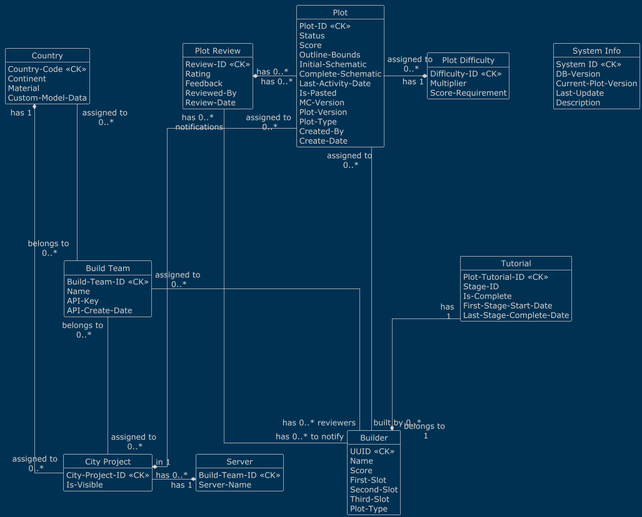
Above: conceptual-db.png in AlpsBTE/Plot-System-DB (PlantUML), before the change.
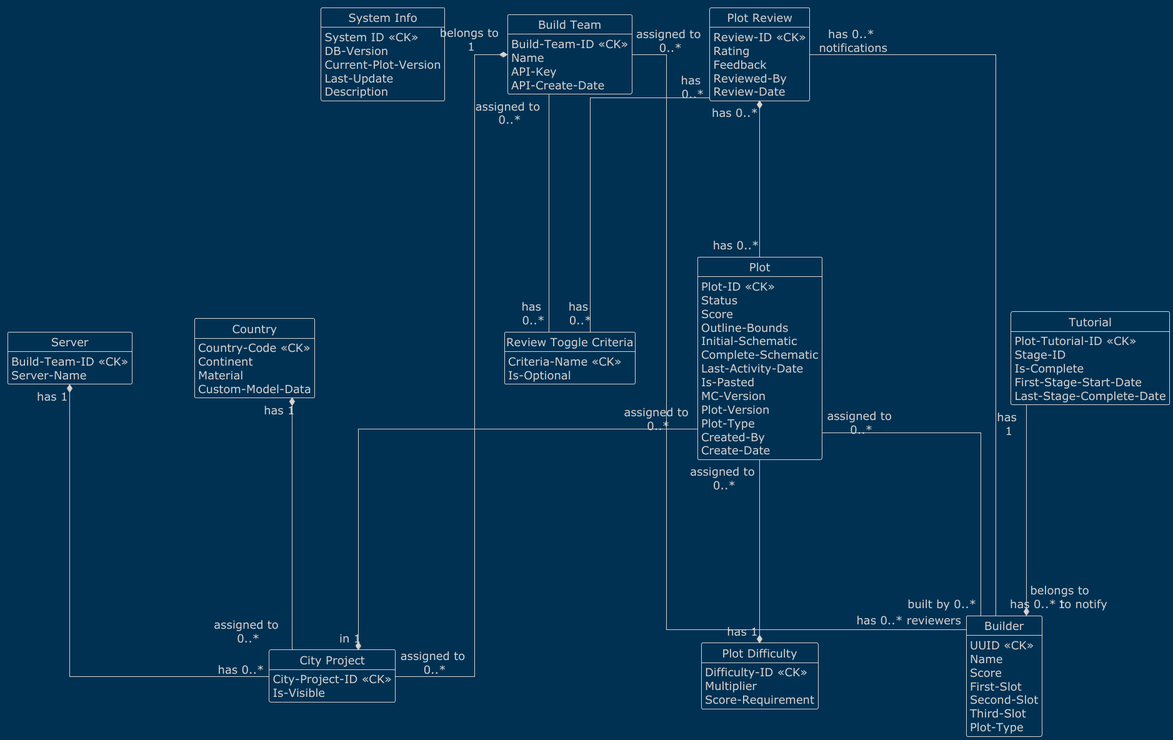
The same file after the commit.

Commit message:
add new review tables to schema

Change to the diagram source:
```diff
@@ -89,19 +89,26 @@
     Review-Date
 }
 
-build_team "belongs to \n0..*" -up- "assigned to \n0..*" country
-build_team "belongs to \n0..*" -- "assigned to \n0..*" city_project
+entity "Review Toggle Criteria" as review_toggle_criteria {
+    Criteria-Name <<CK>>
+    Is-Optional
+}
+
+build_team "belongs to \n1" *--- "assigned to \n0..*" city_project
 build_team "assigned to \n0..*" -- "has 0..* reviewers" builder
+build_team "assigned to \n0..*" -- "has \n0..*" review_toggle_criteria
+
 plot_review "has 0..*\n notifications" -- "has 0..* to notify" builder
-plot_review "has 0..*" *- "has 0..*" plot
+plot_review "has 0..*" *-- "has 0..*" plot
+plot_review "has \n0..*" -- "has \n0..*" review_toggle_criteria
 
-server "has 1" *--left- "has 0..*" city_project
+server "has 1" *-- "has 0..*" city_project
 country "has 1" *-- "assigned to \n0..*" city_project
 
 plot "assigned to\n 0..*" -- "built by 0..*" builder
 
-plot "assigned to \n0..*" ---* "in 1" city_project
-plot "assigned to \n0..*" -right* "has 1" plot_difficulty
+plot "assigned to \n0..*" --* "in 1" city_project
+plot "assigned to \n0..*" --* "has 1" plot_difficulty
 
 tutorial "has \n1" --* "belongs to \n1" builder
 @enduml
```
